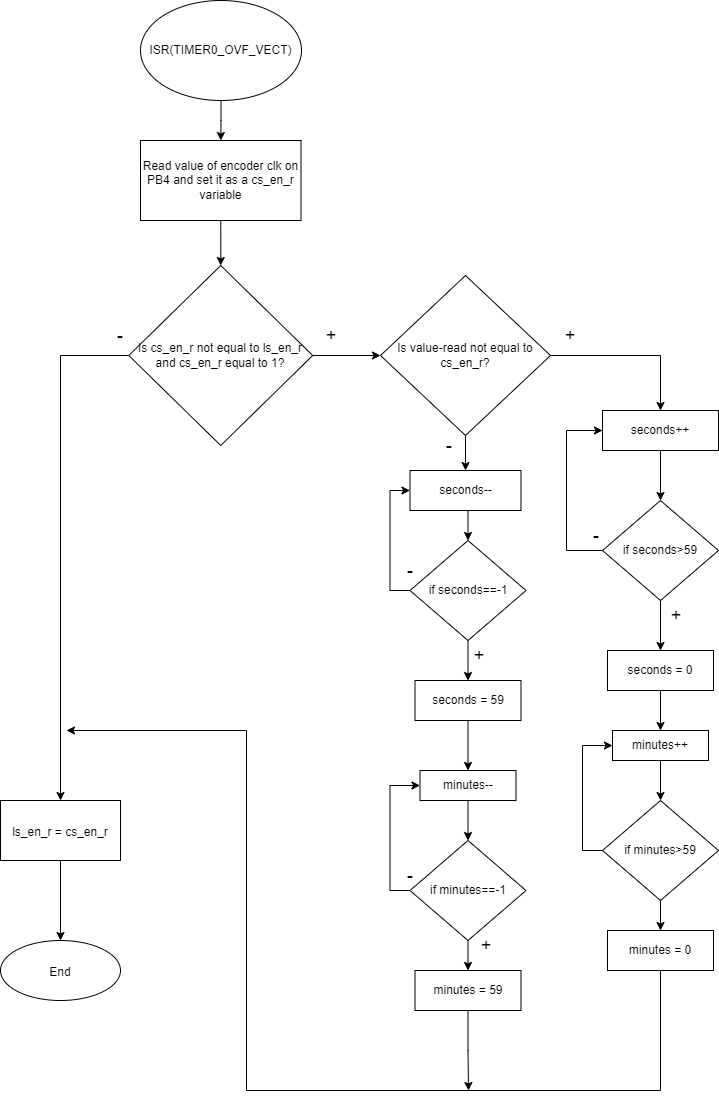
The draw.io diagram project1/Time_changing.drawio.png in OndraFoltyn/digital-electronics-2, before a commit. Source tidied: cells renumbered, new cells last; positions are measured from the earlier drawing's top-left corner, leaving out a move shared by most shapes.
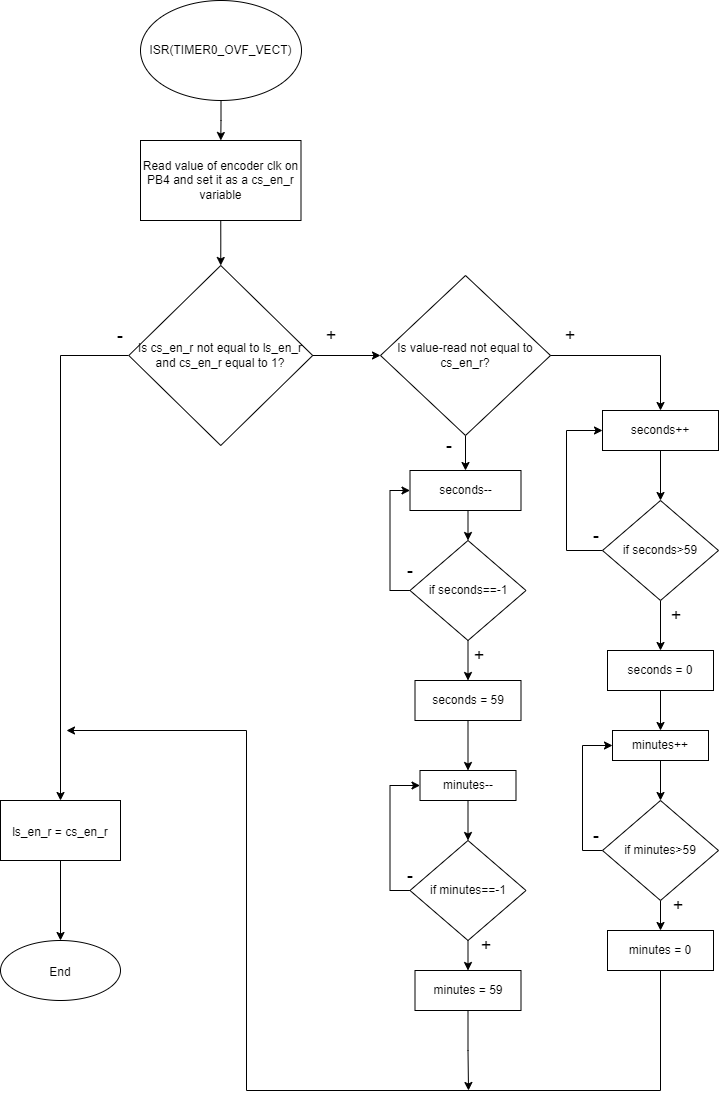
Later version of the same file.

The edit, as a diff of the source:
```diff
@@ -173,5 +173,11 @@
     <mxCell id="52" value="&lt;font style=&quot;font-size: 18px;&quot;&gt;-&lt;/font&gt;" style="text;html=1;strokeColor=none;fillColor=none;align=center;verticalAlign=middle;whiteSpace=wrap;rounded=0;" parent="1" vertex="1">
       <mxGeometry x="380" y="860" width="60" height="30" as="geometry" />
     </mxCell>
+    <mxCell id="53" value="&lt;span style=&quot;font-size: 18px;&quot;&gt;+&lt;/span&gt;" style="text;html=1;strokeColor=none;fillColor=none;align=center;verticalAlign=middle;whiteSpace=wrap;rounded=0;" parent="1" vertex="1">
+      <mxGeometry x="648" y="890" width="60" height="30" as="geometry" />
+    </mxCell>
+    <mxCell id="54" value="&lt;font style=&quot;font-size: 18px;&quot;&gt;-&lt;/font&gt;" style="text;html=1;strokeColor=none;fillColor=none;align=center;verticalAlign=middle;whiteSpace=wrap;rounded=0;" parent="1" vertex="1">
+      <mxGeometry x="566" y="820" width="60" height="30" as="geometry" />
+    </mxCell>
   </root>
 </mxGraphModel>
```
